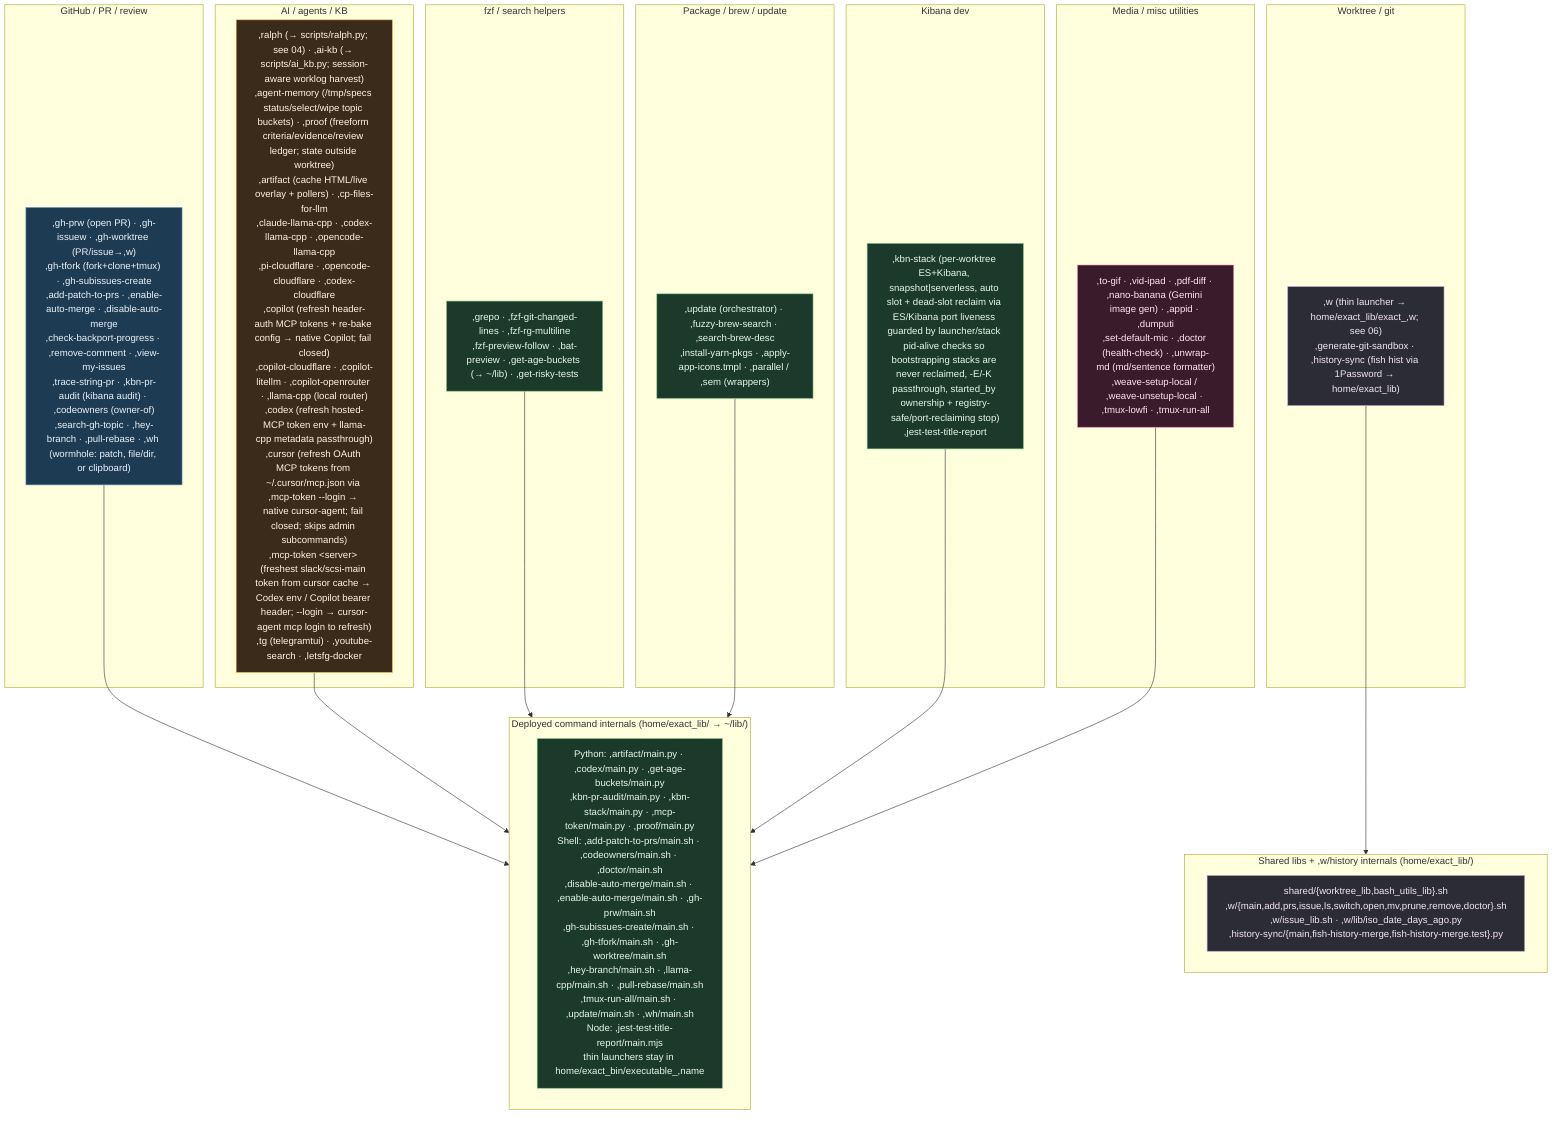
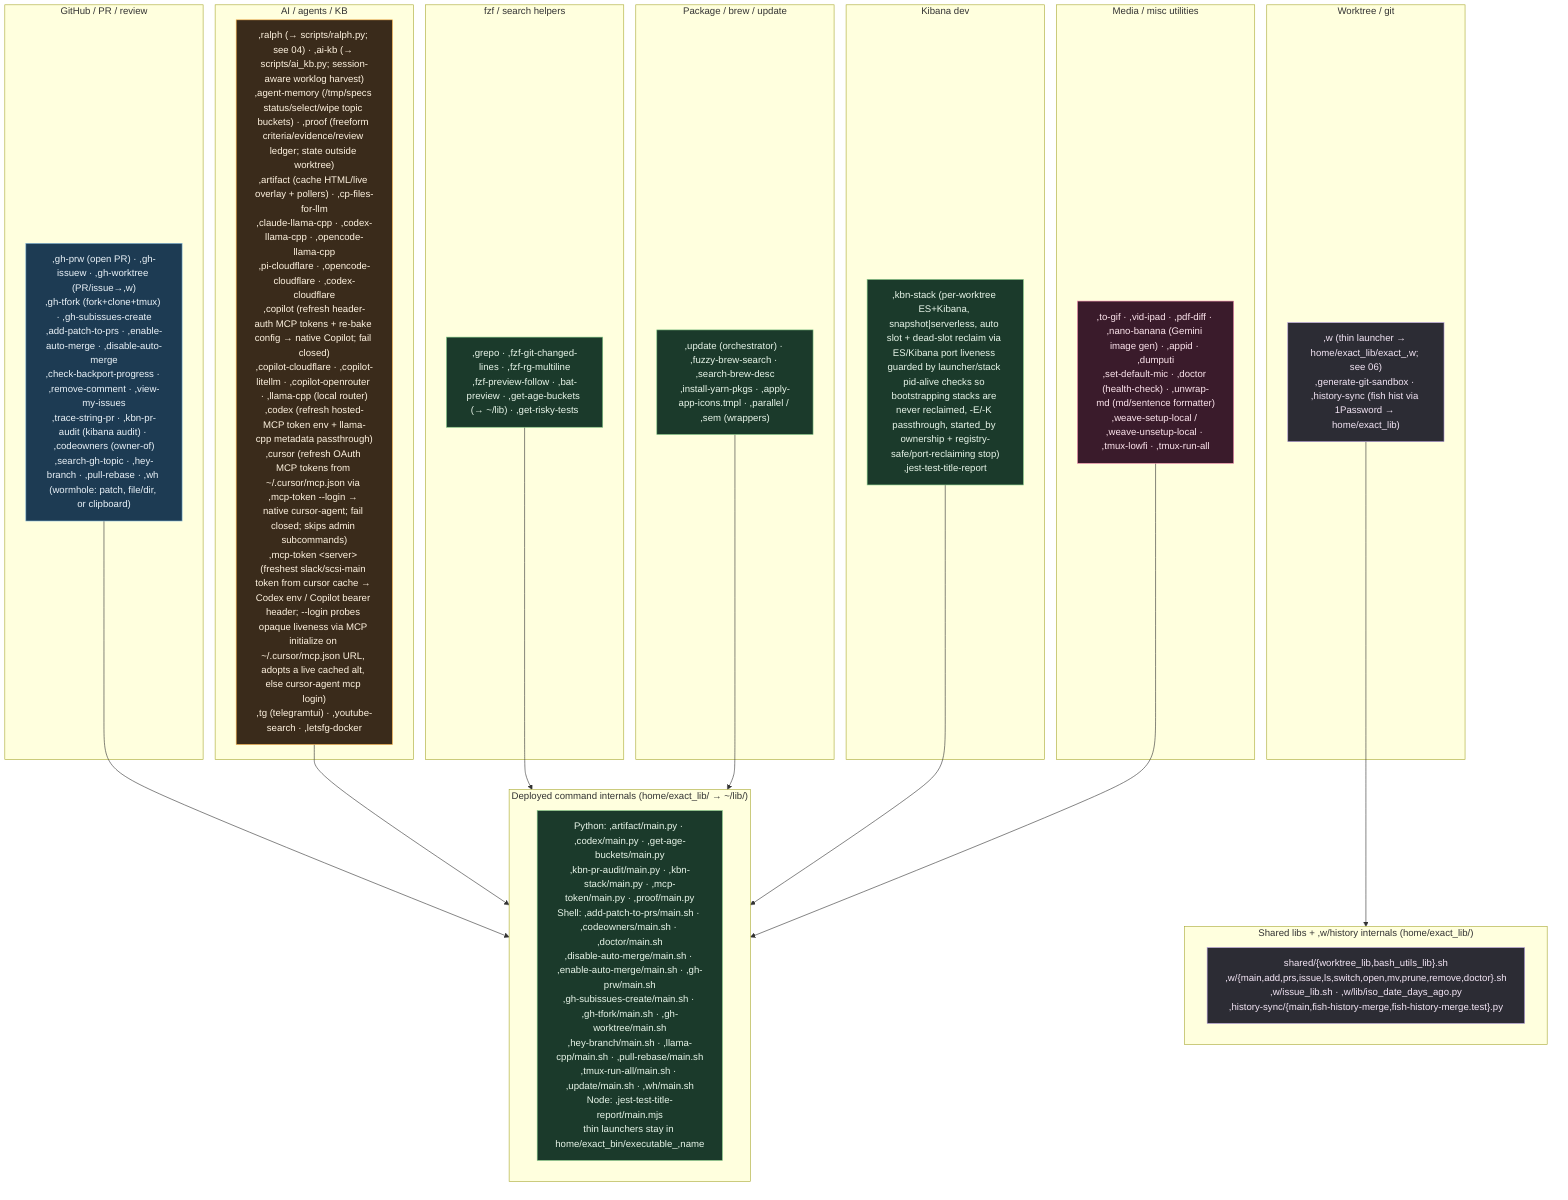
%% ============================================================================
%% 07c-bin-commands.mmd — Every thin command in home/exact_bin/ (73 thin commands)
%% plus deployed internals in home/exact_lib/ (41 command/shared library files).
%% executable_,* → ~/bin/,* (comma-prefixed user commands); home/exact_lib/exact_,name/
%% → ~/lib/,name/. verify-bin-surface keeps each command covered by fish
%% completions, docs, catalog, and non-orphaned command libraries.
%% ============================================================================
flowchart TB
    classDef gh fill:#1d3b53,stroke:#7fb3d5,color:#eaf2f8;
    classDef wt fill:#2c2c34,stroke:#b39ddb,color:#f3e5f5;
    classDef ai fill:#3a2b1b,stroke:#ffb74d,color:#fff3e0;
    classDef media fill:#3a1b2b,stroke:#f48fb1,color:#fce4ec;
    classDef sys fill:#1b3a2b,stroke:#81c784,color:#e8f5e9;

    subgraph GHC["GitHub / PR / review"]
        G[",gh-prw (open PR) · ,gh-issuew · ,gh-worktree (PR/issue→,w)<br/>,gh-tfork (fork+clone+tmux) · ,gh-subissues-create<br/>,add-patch-to-prs · ,enable-auto-merge · ,disable-auto-merge<br/>,check-backport-progress · ,remove-comment · ,view-my-issues<br/>,trace-string-pr · ,kbn-pr-audit (kibana audit) · ,codeowners (owner-of)<br/>,search-gh-topic · ,hey-branch · ,pull-rebase · ,wh (wormhole: patch, file/dir, or clipboard)"]:::gh
    end

    subgraph WTC["Worktree / git"]
        W[",w (thin launcher → home/exact_lib/exact_,w; see 06)<br/>,generate-git-sandbox · ,history-sync (fish hist via 1Password → home/exact_lib)"]:::wt
    end

    subgraph AIC["AI / agents / KB"]
-         A[",ralph (→ scripts/ralph.py; see 04) · ,ai-kb (→ scripts/ai_kb.py; session-aware worklog harvest)<br/>,agent-memory (/tmp/specs status/select/wipe topic buckets) · ,proof (freeform criteria/evidence/review ledger; state outside worktree)<br/>,artifact (cache HTML/live overlay + pollers) · ,cp-files-for-llm<br/>,claude-llama-cpp · ,codex-llama-cpp · ,opencode-llama-cpp<br/>,pi-cloudflare · ,opencode-cloudflare · ,codex-cloudflare<br/>,copilot (refresh header-auth MCP tokens + re-bake config → native Copilot; fail closed)<br/>,copilot-cloudflare · ,copilot-litellm · ,copilot-openrouter · ,llama-cpp (local router)<br/>,codex (refresh hosted-MCP token env + llama-cpp metadata passthrough)<br/>,cursor (refresh OAuth MCP tokens from ~/.cursor/mcp.json via ,mcp-token --login → native cursor-agent; fail closed; skips admin subcommands)<br/>,mcp-token &lt;server&gt; (freshest slack/scsi-main token from cursor cache → Codex env / Copilot bearer header; --login → cursor-agent mcp login to refresh)<br/>,tg (telegramtui) · ,youtube-search · ,letsfg-docker"]:::ai
+         A[",ralph (→ scripts/ralph.py; see 04) · ,ai-kb (→ scripts/ai_kb.py; session-aware worklog harvest)<br/>,agent-memory (/tmp/specs status/select/wipe topic buckets) · ,proof (freeform criteria/evidence/review ledger; state outside worktree)<br/>,artifact (cache HTML/live overlay + pollers) · ,cp-files-for-llm<br/>,claude-llama-cpp · ,codex-llama-cpp · ,opencode-llama-cpp<br/>,pi-cloudflare · ,opencode-cloudflare · ,codex-cloudflare<br/>,copilot (refresh header-auth MCP tokens + re-bake config → native Copilot; fail closed)<br/>,copilot-cloudflare · ,copilot-litellm · ,copilot-openrouter · ,llama-cpp (local router)<br/>,codex (refresh hosted-MCP token env + llama-cpp metadata passthrough)<br/>,cursor (refresh OAuth MCP tokens from ~/.cursor/mcp.json via ,mcp-token --login → native cursor-agent; fail closed; skips admin subcommands)<br/>,mcp-token &lt;server&gt; (freshest slack/scsi-main token from cursor cache → Codex env / Copilot bearer header; --login probes opaque liveness via MCP initialize on ~/.cursor/mcp.json URL, adopts a live cached alt, else cursor-agent mcp login)<br/>,tg (telegramtui) · ,youtube-search · ,letsfg-docker"]:::ai
    end

    subgraph FZFC["fzf / search helpers"]
        F[",grepo · ,fzf-git-changed-lines · ,fzf-rg-multiline<br/>,fzf-preview-follow · ,bat-preview · ,get-age-buckets (→ ~/lib) · ,get-risky-tests"]:::sys
    end

    subgraph PKGC["Package / brew / update"]
        P[",update (orchestrator) · ,fuzzy-brew-search · ,search-brew-desc<br/>,install-yarn-pkgs · ,apply-app-icons.tmpl · ,parallel / ,sem (wrappers)"]:::sys
    end

    subgraph KBNC["Kibana dev"]
        K[",kbn-stack (per-worktree ES+Kibana, snapshot|serverless, auto slot + dead-slot reclaim via ES/Kibana port liveness guarded by launcher/stack pid-alive checks so bootstrapping stacks are never reclaimed, -E/-K passthrough, started_by ownership + registry-safe/port-reclaiming stop)<br/>,jest-test-title-report"]:::sys
    end

    subgraph MEDIA["Media / misc utilities"]
        M[",to-gif · ,vid-ipad · ,pdf-diff · ,nano-banana (Gemini image gen) · ,appid · ,dumputi<br/>,set-default-mic · ,doctor (health-check) · ,unwrap-md (md/sentence formatter)<br/>,weave-setup-local / ,weave-unsetup-local · ,tmux-lowfi · ,tmux-run-all"]:::media
    end

    subgraph LIBS["Shared libs + ,w/history internals (home/exact_lib/)"]
        L["shared/{worktree_lib,bash_utils_lib}.sh<br/>,w/{main,add,prs,issue,ls,switch,open,mv,prune,remove,doctor}.sh<br/>,w/issue_lib.sh · ,w/lib/iso_date_days_ago.py<br/>,history-sync/{main,fish-history-merge,fish-history-merge.test}.py"]:::wt
    end
    W --> LIBS

    subgraph CMDLIBS["Deployed command internals (home/exact_lib/ → ~/lib/)"]
        CL["Python: ,artifact/main.py · ,codex/main.py · ,get-age-buckets/main.py<br/>,kbn-pr-audit/main.py · ,kbn-stack/main.py · ,mcp-token/main.py · ,proof/main.py<br/>Shell: ,add-patch-to-prs/main.sh · ,codeowners/main.sh · ,doctor/main.sh<br/>,disable-auto-merge/main.sh · ,enable-auto-merge/main.sh · ,gh-prw/main.sh<br/>,gh-subissues-create/main.sh · ,gh-tfork/main.sh · ,gh-worktree/main.sh<br/>,hey-branch/main.sh · ,llama-cpp/main.sh · ,pull-rebase/main.sh<br/>,tmux-run-all/main.sh · ,update/main.sh · ,wh/main.sh<br/>Node: ,jest-test-title-report/main.mjs<br/>thin launchers stay in home/exact_bin/executable_,name"]:::sys
    end
    G --> CMDLIBS
    A --> CMDLIBS
    F --> CMDLIBS
    P --> CMDLIBS
    K --> CMDLIBS
    M --> CMDLIBS
